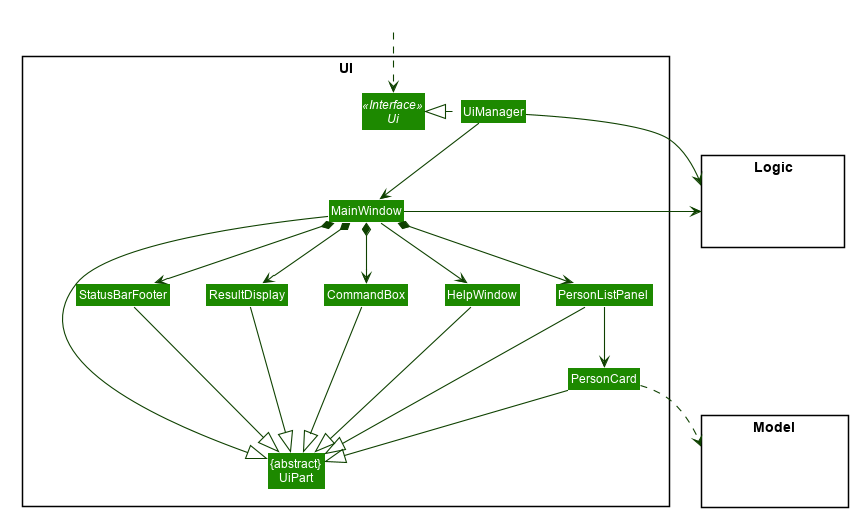
The PlantUML diagram docs/images/UiClassDiagram.png in nus-cs2103-AY2021S2/tp, before a commit.
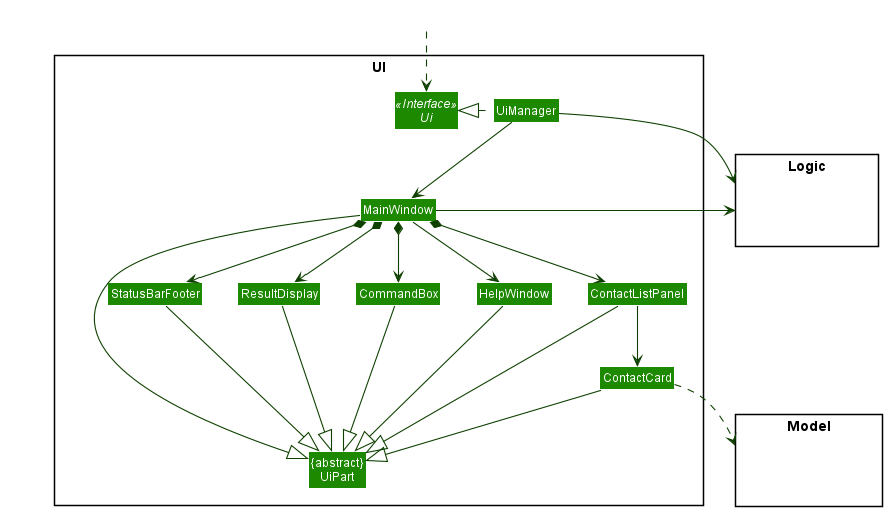
Above is the later version.

What changed in the source:
```diff
@@ -1,55 +1,8 @@
 @startuml
-
-
-
-
-
-
-
-
-skinparam BackgroundColor #FFFFFFF
-
-skinparam Shadowing false
-
-skinparam Class {
-    FontColor #FFFFFF
-    BorderThickness 1
-    BorderColor #FFFFFF
-    StereotypeFontColor #FFFFFF
-    FontName Arial
-}
-
-skinparam Actor {
-    BorderColor #000000
-    Color #000000
-    FontName Arial
-}
-
-skinparam Sequence {
-    MessageAlign center
-    BoxFontSize 15
-    BoxPadding 0
-    BoxFontColor #FFFFFF
-    FontName Arial
-}
-
-skinparam Participant {
-    FontColor #FFFFFFF
-    Padding 20
-}
-
-skinparam MinClassWidth 50
-skinparam ParticipantPadding 10
-skinparam Shadowing false
-skinparam DefaultTextAlignment center
-skinparam packageStyle Rectangle
-
-hide footbox
-hide members
-hide circle
+!include style.puml
 skinparam arrowThickness 1.1
-skinparam arrowColor #0E4100
-skinparam classBackgroundColor #1D8900
+skinparam arrowColor UI_COLOR_T4
+skinparam classBackgroundColor UI_COLOR
 
 package UI <<Rectangle>>{
 Interface Ui <<Interface>>
@@ -58,8 +11,8 @@
 Class MainWindow
 Class HelpWindow
 Class ResultDisplay
-Class PersonListPanel
-Class PersonCard
+Class ContactListPanel
+Class ContactCard
 Class StatusBarFooter
 Class CommandBox
 }
@@ -80,25 +33,25 @@
 MainWindow --> HelpWindow
 MainWindow *-down-> CommandBox
 MainWindow *-down-> ResultDisplay
-MainWindow *-down-> PersonListPanel
+MainWindow *-down-> ContactListPanel
 MainWindow *-down-> StatusBarFooter
 
-PersonListPanel -down-> PersonCard
+ContactListPanel -down-> ContactCard
 
 MainWindow -left-|> UiPart
 
 ResultDisplay --|> UiPart
 CommandBox --|> UiPart
-PersonListPanel --|> UiPart
-PersonCard --|> UiPart
+ContactListPanel --|> UiPart
+ContactCard --|> UiPart
 StatusBarFooter --|> UiPart
 HelpWindow -down-|> UiPart
 
-PersonCard ..> Model
+ContactCard ..> Model
 UiManager -right-> Logic
 MainWindow -left-> Logic
 
-PersonListPanel -[hidden]left- HelpWindow
+ContactListPanel -[hidden]left- HelpWindow
 HelpWindow -[hidden]left- CommandBox
 CommandBox -[hidden]left- ResultDisplay
 ResultDisplay -[hidden]left- StatusBarFooter
```
